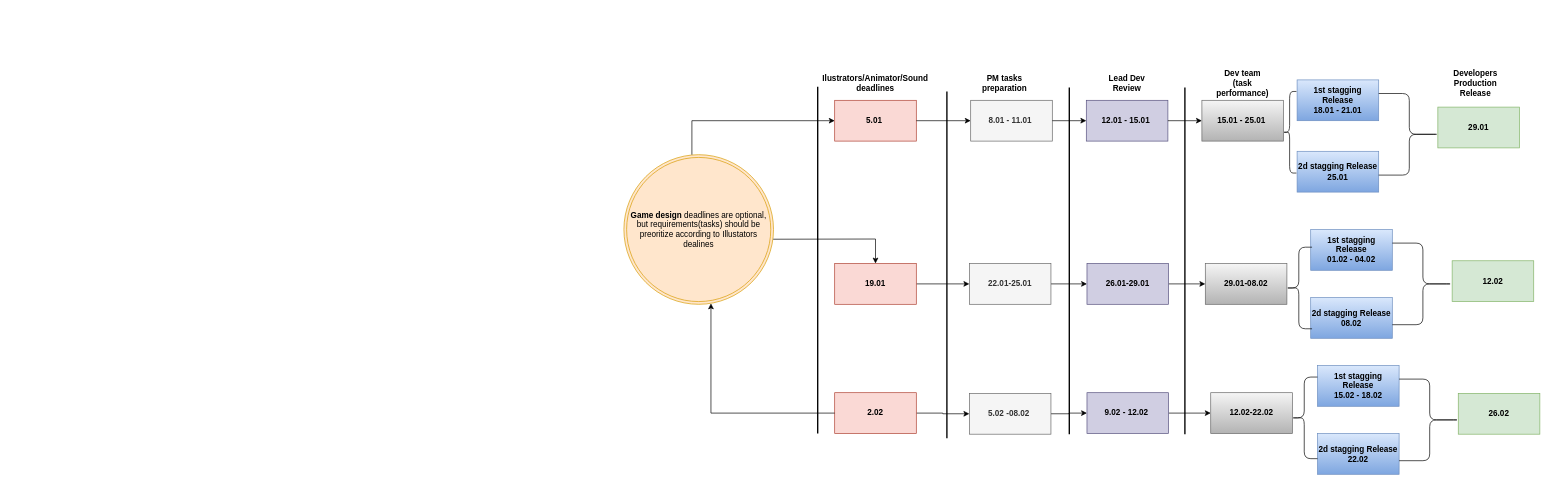
Before: Untitled Diagram.drawio in annastazi09/blog, a draw.io diagram. Source tidied: cells renumbered, new cells numbered last; positions are measured from the earlier drawing's top-left corner, leaving out a move shared by most shapes. Both pictures are drawn from the tidied source at 68%, with x=0, y=0 at pixel (624, 73).
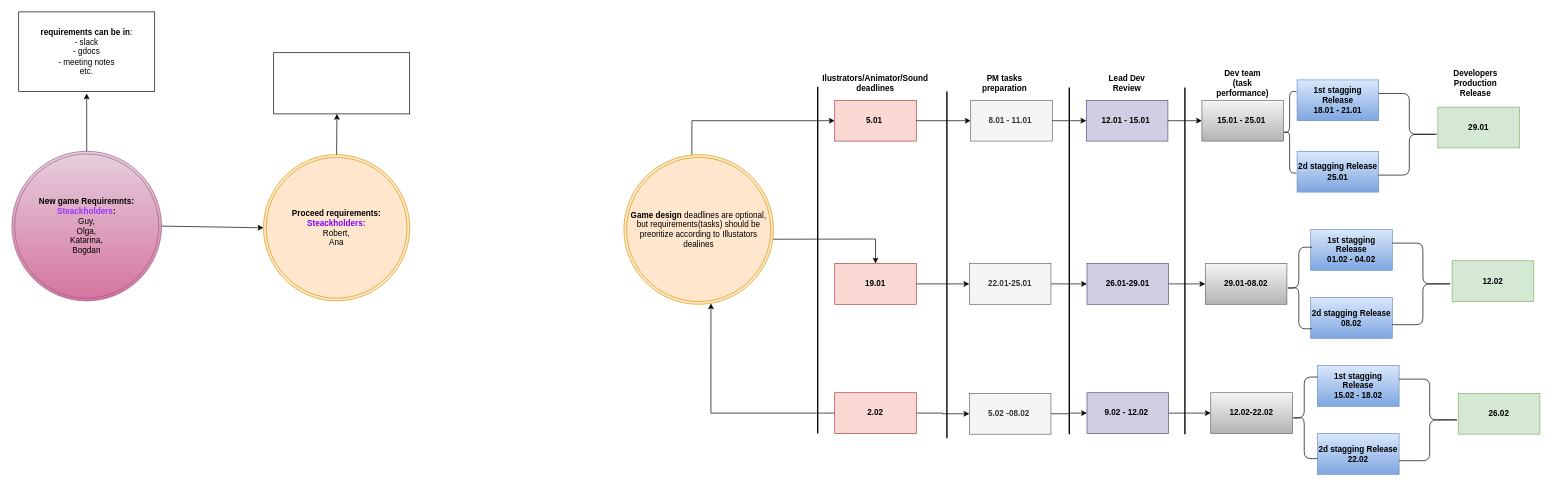
The same page after the edit.

Commit message:
process 6base Diagram.drawio

Change to the diagram source:
```diff
@@
+    <mxCell id="51" value="&lt;b&gt;New game Requiremnts:&lt;/b&gt;&lt;br&gt;&lt;b style=&quot;&quot;&gt;&lt;font color=&quot;#9933ff&quot;&gt;Steackholders&lt;/font&gt;&lt;/b&gt;&lt;b&gt;:&lt;/b&gt;&lt;br&gt;Guy,&lt;br&gt;Olga,&lt;br&gt;Katarina,&lt;br&gt;Bogdan" style="ellipse;shape=doubleEllipse;whiteSpace=wrap;html=1;fillColor=#e6d0de;strokeColor=#996185;gradientColor=#d5739d;" parent="1" vertex="1">
+      <mxGeometry x="-900" y="115" width="220" height="220" as="geometry" />
+    </mxCell>
+    <mxCell id="52" value="&lt;b&gt;Proceed requirements:&lt;/b&gt;&lt;br&gt;&lt;font style=&quot;font-weight: bold;&quot; color=&quot;#7f00ff&quot;&gt;Steackholders:&lt;br&gt;&lt;/font&gt;Robert,&lt;br&gt;Ana" style="ellipse;shape=doubleEllipse;whiteSpace=wrap;html=1;fillColor=#ffe6cc;strokeColor=#d79b00;" parent="1" vertex="1">
+      <mxGeometry x="-530" y="120" width="215" height="215" as="geometry" />
+    </mxCell>
+    <mxCell id="53" style="endArrow=classic;html=1;rounded=0;exitX=0.5;exitY=0;exitDx=0;exitDy=0;" parent="1" edge="1" source="51">
+      <mxGeometry relative="1" as="geometry">
+        <mxPoint x="-790" y="30" as="targetPoint" />
+      </mxGeometry>
+    </mxCell>
+    <mxCell id="54" value="&lt;b&gt;requirements can be in&lt;/b&gt;:&lt;br&gt;- slack&lt;br&gt;- gdocs&lt;br&gt;- meeting notes&lt;br&gt;etc." style="rounded=0;whiteSpace=wrap;html=1;" parent="1" vertex="1">
+      <mxGeometry x="-890" y="-90" width="200" height="117" as="geometry" />
+    </mxCell>
+    <mxCell id="55" style="rounded=0;whiteSpace=wrap;html=1;" parent="1" vertex="1">
+      <mxGeometry x="-515" y="-30" width="200" height="90" as="geometry" />
+    </mxCell>
+    <mxCell id="56" style="endArrow=classic;html=1;rounded=0;exitX=0.5;exitY=0;exitDx=0;exitDy=0;" parent="1" edge="1" source="52">
+      <mxGeometry relative="1" as="geometry">
+        <mxPoint x="-422" y="60" as="targetPoint" />
+      </mxGeometry>
+    </mxCell>
+    <mxCell id="57" style="endArrow=classic;html=1;rounded=0;exitX=1;exitY=0.5;exitDx=0;exitDy=0;entryX=0;entryY=0.5;entryDx=0;entryDy=0;" parent="1" edge="1" source="51" target="52">
+      <mxGeometry relative="1" as="geometry" />
+    </mxCell>
```
